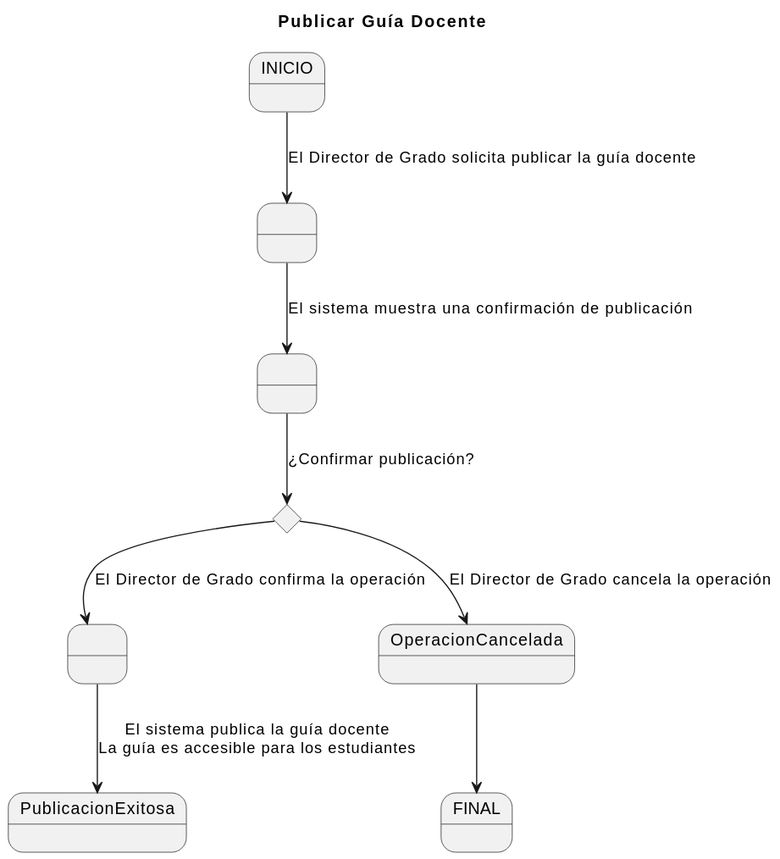
Above: images/modelosUML/PublicarGD.svg in mmasias/24-25-IdSw1-SDR (PlantUML), before the change.
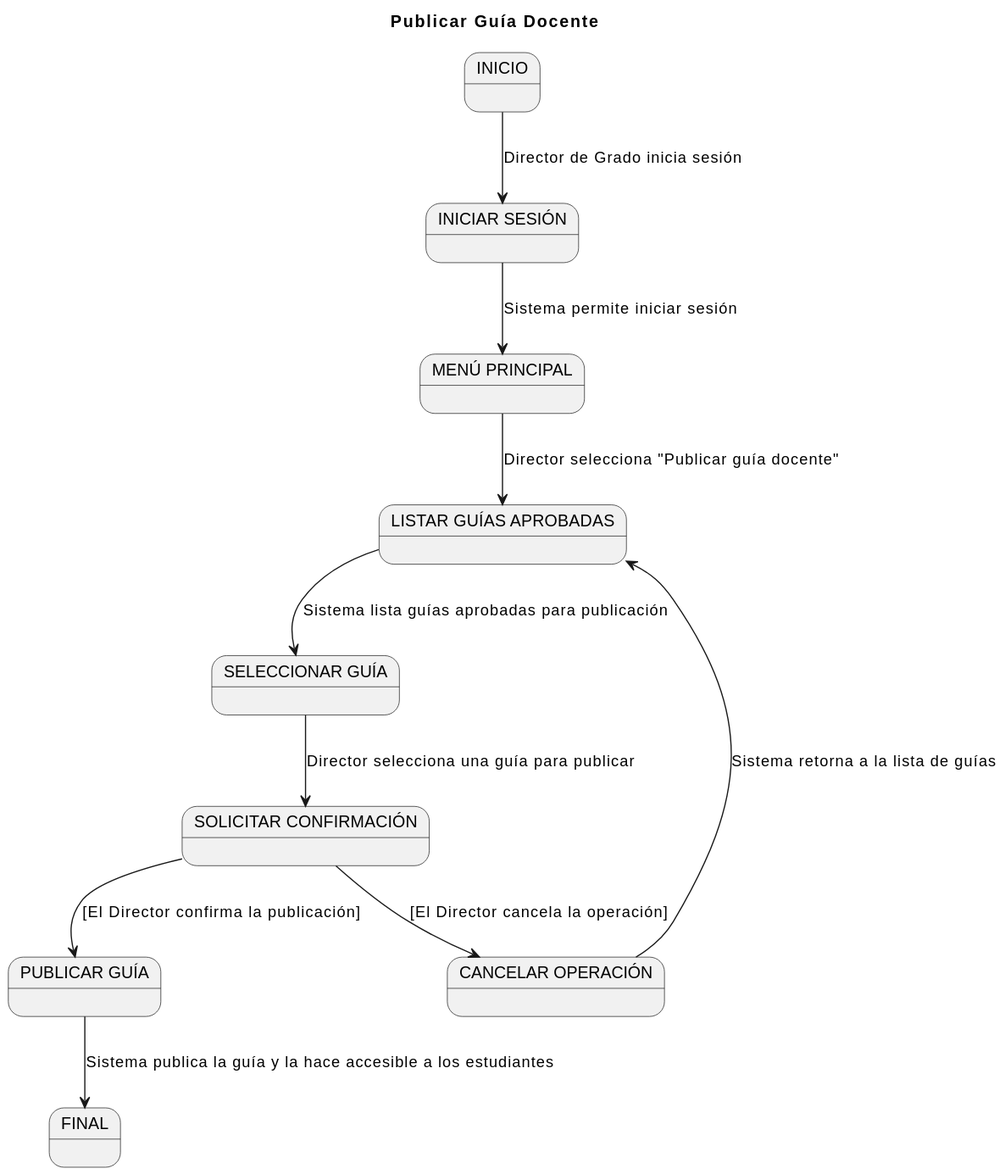
Later version of the same file.

The edit, as a diff of the source:
```diff
@@ -2,22 +2,25 @@
 title Publicar Guía Docente
 
 state INICIO
-state " " as Estado1
-state " " as Estado2
-state " " as Estado3
-state PublicacionExitosa
-state OperacionCancelada
+state "INICIAR SESIÓN" as INICIAR_SESION
+state "MENÚ PRINCIPAL" as MENU_PRINCIPAL
+state "LISTAR GUÍAS APROBADAS" as LISTAR_GUIAS
+state "SELECCIONAR GUÍA" as SELECCIONAR_GUIA
+state "SOLICITAR CONFIRMACIÓN" as SOLICITAR_CONFIRMACION
+state "PUBLICAR GUÍA" as PUBLICAR_GUIA
+state FINAL
 
-state ConfirmacionPublicacion <<choice>>
+state "CANCELAR OPERACIÓN" as CANCELAR
 
-INICIO --> Estado1 : El Director de Grado solicita publicar la guía docente
-Estado1 --> Estado2 : El sistema muestra una confirmación de publicación
+INICIO --> INICIAR_SESION : Director de Grado inicia sesión
+INICIAR_SESION --> MENU_PRINCIPAL : Sistema permite iniciar sesión
+MENU_PRINCIPAL --> LISTAR_GUIAS : Director selecciona "Publicar guía docente"
+LISTAR_GUIAS --> SELECCIONAR_GUIA : Sistema lista guías aprobadas para publicación
+SELECCIONAR_GUIA --> SOLICITAR_CONFIRMACION : Director selecciona una guía para publicar
 
-Estado2 --> ConfirmacionPublicacion : ¿Confirmar publicación?
+SOLICITAR_CONFIRMACION --> CANCELAR : [El Director cancela la operación]
+CANCELAR --> LISTAR_GUIAS : Sistema retorna a la lista de guías
 
-ConfirmacionPublicacion --> Estado3 : El Director de Grado confirma la operación
-ConfirmacionPublicacion --> OperacionCancelada : El Director de Grado cancela la operación
-
-Estado3 --> PublicacionExitosa : El sistema publica la guía docente\nLa guía es accesible para los estudiantes
-OperacionCancelada --> FINAL
+SOLICITAR_CONFIRMACION --> PUBLICAR_GUIA : [El Director confirma la publicación]
+PUBLICAR_GUIA --> FINAL : Sistema publica la guía y la hace accesible a los estudiantes
 @enduml
```
